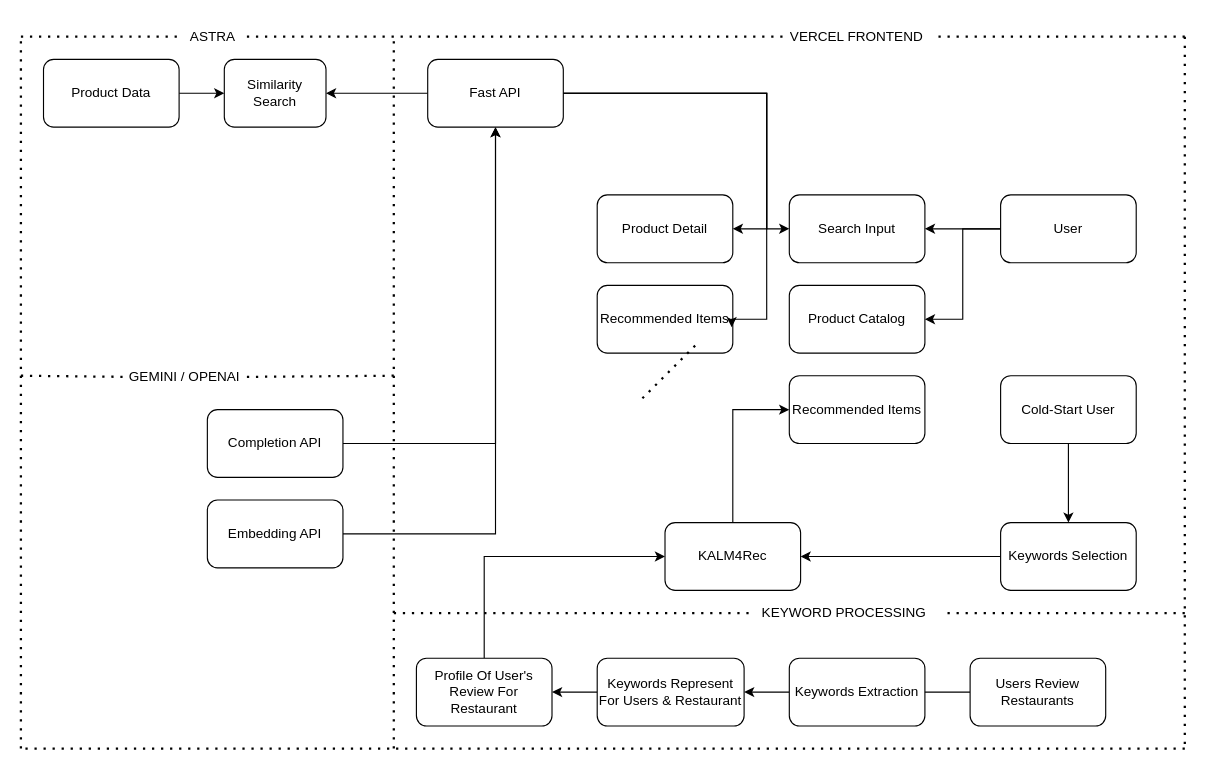
Before: Untitled Diagram.drawio in Mancupfire/KALM4Rec_DemoDesign, a draw.io diagram. Source tidied: cells renumbered, new cells numbered last; positions are measured from the earlier drawing's top-left corner, leaving out a move shared by most shapes. Both pictures are drawn from the tidied source at 113%, with x=0, y=0 at pixel (20, 19).
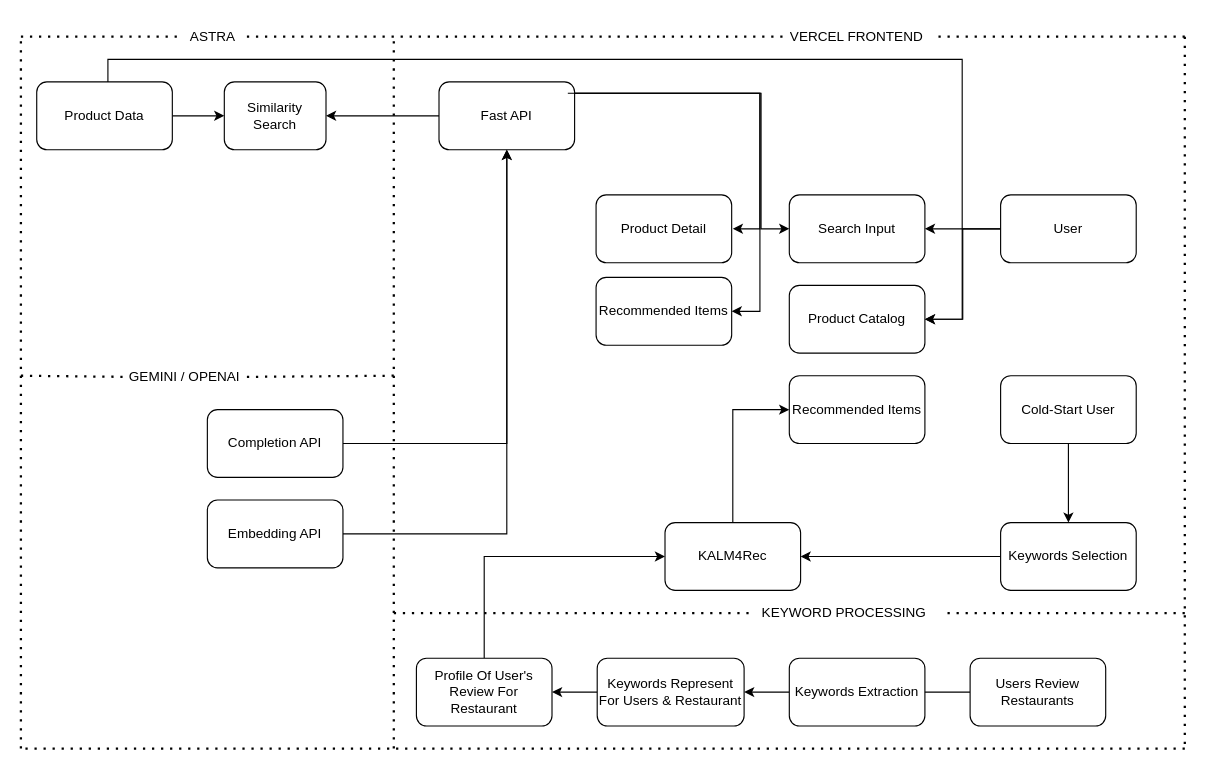
After the change.

Unchanged cells that the change refers to:
```xml
<mxCell id="19" value="Search Input" style="rounded=1;whiteSpace=wrap;html=1;" parent="1" vertex="1">
  <mxGeometry x="680" y="155" width="120" height="60" as="geometry" />
</mxCell>
```

The edit, as a diff of the source:
```diff
@@
     <mxCell id="22" value="Recommended Items" style="rounded=1;whiteSpace=wrap;html=1;" parent="1" vertex="1">
-      <mxGeometry x="510" y="235" width="120" height="60" as="geometry" />
+      <mxGeometry x="509" y="228" width="120" height="60" as="geometry" />
     </mxCell>
     <mxCell id="23" value="Product Detail" style="rounded=1;whiteSpace=wrap;html=1;" parent="1" vertex="1">
-      <mxGeometry x="510" y="155" width="120" height="60" as="geometry" />
+      <mxGeometry x="509" y="155" width="120" height="60" as="geometry" />
     </mxCell>
-    <mxCell id="24" style="edgeStyle=orthogonalEdgeStyle;rounded=0;jettySize=auto;html=1;entryX=0;entryY=0.5;entryDx=0;entryDy=0;" parent="1" edge="1" source="27" target="19">
+    <mxCell id="24" style="edgeStyle=orthogonalEdgeStyle;rounded=0;jettySize=auto;html=1;" parent="1" edge="1" target="19">
       <mxGeometry relative="1" as="geometry">
+        <mxPoint x="475" y="65" as="sourcePoint" />
         <Array as="points">
-          <mxPoint x="660" y="65" />
-          <mxPoint x="660" y="185" />
+          <mxPoint x="655" y="65" />
+          <mxPoint x="655" y="185" />
         </Array>
       </mxGeometry>
     </mxCell>
-    <mxCell id="25" style="edgeStyle=orthogonalEdgeStyle;rounded=0;jettySize=auto;html=1;entryX=1;entryY=0.5;entryDx=0;entryDy=0;" parent="1" edge="1" source="27" target="23">
+    <mxCell id="25" style="edgeStyle=orthogonalEdgeStyle;rounded=0;orthogonalLoop=1;jettySize=auto;html=1;" parent="1" edge="1">
       <mxGeometry relative="1" as="geometry">
+        <mxPoint x="474" y="65" as="sourcePoint" />
+        <mxPoint x="630" y="185" as="targetPoint" />
         <Array as="points">
-          <mxPoint x="660" y="65" />
-          <mxPoint x="660" y="185" />
+          <mxPoint x="654" y="65" />
+          <mxPoint x="654" y="185" />
         </Array>
       </mxGeometry>
     </mxCell>
@@
     <mxCell id="27" value="Fast API" style="rounded=1;whiteSpace=wrap;html=1;" parent="1" vertex="1">
-      <mxGeometry x="360" y="35" width="120" height="60" as="geometry" />
+      <mxGeometry x="370" y="55" width="120" height="60" as="geometry" />
     </mxCell>
-    <mxCell id="28" style="edgeStyle=orthogonalEdgeStyle;rounded=0;jettySize=auto;html=1;entryX=0.992;entryY=0.617;entryDx=0;entryDy=0;entryPerimeter=0;" parent="1" edge="1" source="27" target="22">
+    <mxCell id="28" style="edgeStyle=orthogonalEdgeStyle;rounded=0;jettySize=auto;html=1;" parent="1" edge="1" target="22">
       <mxGeometry relative="1" as="geometry">
+        <mxPoint x="484" y="65" as="sourcePoint" />
         <Array as="points">
-          <mxPoint x="660" y="65" />
-          <mxPoint x="660" y="265" />
-          <mxPoint x="629" y="265" />
+          <mxPoint x="654" y="65" />
+          <mxPoint x="654" y="258" />
         </Array>
       </mxGeometry>
     </mxCell>
     <mxCell id="29" value="Similarity Search" style="rounded=1;whiteSpace=wrap;html=1;" parent="1" vertex="1">
-      <mxGeometry x="180" y="35" width="90" height="60" as="geometry" />
+      <mxGeometry x="180" y="55" width="90" height="60" as="geometry" />
     </mxCell>
@@
+    <mxCell id="53" style="edgeStyle=orthogonalEdgeStyle;rounded=0;orthogonalLoop=1;jettySize=auto;html=1;exitX=0.5;exitY=0;exitDx=0;exitDy=0;" parent="1" edge="1">
+      <mxGeometry relative="1" as="geometry">
+        <mxPoint x="77" y="55" as="sourcePoint" />
+        <mxPoint x="800" y="265" as="targetPoint" />
+        <Array as="points">
+          <mxPoint x="77" y="35" />
+          <mxPoint x="833" y="35" />
+          <mxPoint x="833" y="265" />
+        </Array>
+      </mxGeometry>
+    </mxCell>
     <mxCell id="31" value="Product Data" style="rounded=1;whiteSpace=wrap;html=1;" parent="1" vertex="1">
-      <mxGeometry x="20" y="35" width="120" height="60" as="geometry" />
+      <mxGeometry x="14" y="55" width="120" height="60" as="geometry" />
     </mxCell>
@@
-    <mxCell id="49" style="endArrow=none;dashed=1;html=1;dashPattern=1 3;strokeWidth=2;rounded=0;" parent="1" edge="1">
-      <mxGeometry relative="1" as="geometry">
-        <mxPoint x="550" y="335" as="sourcePoint" />
-        <mxPoint x="600" y="285" as="targetPoint" />
-      </mxGeometry>
-    </mxCell>
```
